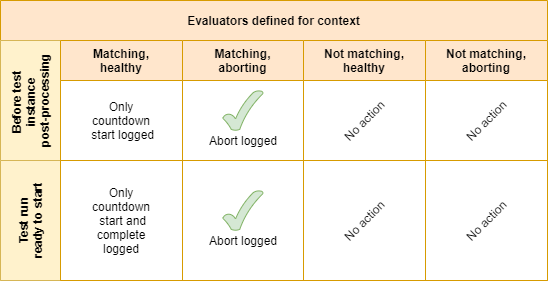
Earlier version of the draw.io export .github/assets/Evaluator_filtering_on_abort.png (nagyesta/abort-mission). Source tidied: cells renumbered, new cells last; positions are measured from the earlier drawing's top-left corner, leaving out a move shared by most shapes.
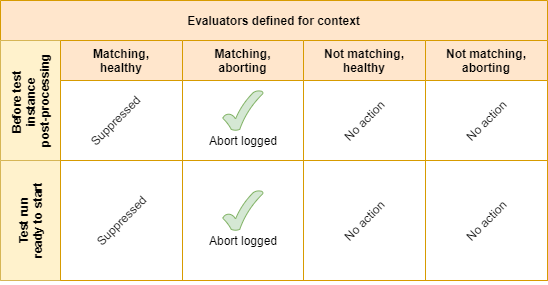
Above is the later version.

The edit, as a diff of the source:
```diff
@@ -11,9 +11,9 @@
     <mxCell id="4" value="Matching,&lt;br&gt;healthy" style="swimlane;startSize=40;html=1;whiteSpace=wrap;fillColor=#ffe6cc;strokeColor=#d79b00;" parent="3" vertex="1">
       <mxGeometry x="60" width="122" height="120" as="geometry" />
     </mxCell>
-    <mxCell id="5" value="Only&lt;br&gt;countdown&lt;br&gt;&amp;nbsp;start logged" style="text;html=1;strokeColor=none;fillColor=none;align=center;verticalAlign=middle;whiteSpace=wrap;rounded=0;" parent="4" vertex="1">
-      <mxGeometry x="16" y="50" width="90" height="60" as="geometry" />
-    </mxCell>
+    <mxCell id="23" value="Suppressed" style="text;html=1;strokeColor=none;fillColor=none;align=center;verticalAlign=middle;whiteSpace=wrap;rounded=0;rotation=-45;" parent="4" vertex="1">
+      <mxGeometry x="10" y="35" width="90" height="90" as="geometry" />
+    </mxCell>
     <mxCell id="6" value="Matching,&lt;br&gt;aborting" style="swimlane;startSize=40;html=1;whiteSpace=wrap;fillColor=#ffe6cc;strokeColor=#d79b00;" parent="3" vertex="1">
       <mxGeometry x="182" width="121" height="120" as="geometry" />
     </mxCell>
@@ -41,7 +41,7 @@
     <mxCell id="14" style="swimlane;startSize=0;html=1;whiteSpace=wrap;fillColor=#ffe6cc;strokeColor=#d79b00;" parent="13" vertex="1">
       <mxGeometry x="60" width="122" height="120" as="geometry" />
     </mxCell>
-    <mxCell id="15" value="Only&lt;br&gt;countdown&lt;br&gt;&amp;nbsp;start and complete logged" style="text;html=1;strokeColor=none;fillColor=none;align=center;verticalAlign=middle;whiteSpace=wrap;rounded=0;" parent="14" vertex="1">
+    <mxCell id="15" value="Suppressed" style="text;html=1;strokeColor=none;fillColor=none;align=center;verticalAlign=middle;whiteSpace=wrap;rounded=0;rotation=-45;" parent="14" vertex="1">
       <mxGeometry x="16" y="15" width="90" height="90" as="geometry" />
     </mxCell>
     <mxCell id="16" style="swimlane;startSize=0;html=1;whiteSpace=wrap;fillColor=#ffe6cc;strokeColor=#d79b00;" parent="13" vertex="1">
```
